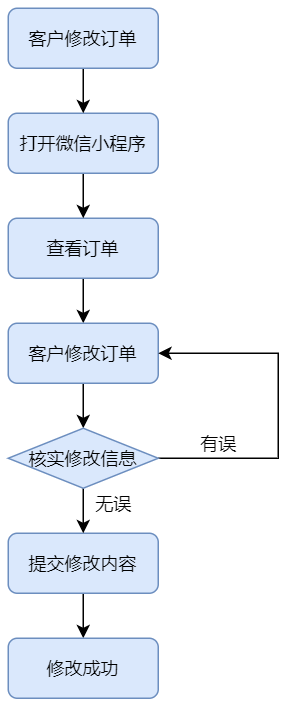
Before: docs/src/客户修改订单.png, a diagram exported from draw.io (AndSonder/smart-hotel-database). Source tidied: cells renumbered, new cells last; positions are measured from the earlier drawing's top-left corner, leaving out a move shared by most shapes. Its diagram source:
```xml
<mxGraphModel>
  <root>
    <mxCell id="0" />
    <mxCell id="1" parent="0" />
    <mxCell id="2" style="edgeStyle=orthogonalEdgeStyle;rounded=0;jettySize=auto;html=1;exitX=0.5;exitY=1;exitDx=0;exitDy=0;entryX=0.5;entryY=0;entryDx=0;entryDy=0;" parent="1" edge="1" source="3" target="7">
      <mxGeometry relative="1" as="geometry" />
    </mxCell>
    <mxCell id="3" value="&lt;span style=&quot;font-weight: 400&quot;&gt;查看订单&lt;/span&gt;" style="rounded=1;whiteSpace=wrap;html=1;fontSize=12;glass=0;strokeWidth=1;shadow=0;fillColor=#dae8fc;strokeColor=#6c8ebf;fontStyle=1;" parent="1" vertex="1">
      <mxGeometry y="140" width="100" height="40" as="geometry" />
    </mxCell>
    <mxCell id="4" style="edgeStyle=orthogonalEdgeStyle;rounded=0;jettySize=auto;html=1;exitX=0.5;exitY=1;exitDx=0;exitDy=0;entryX=0.5;entryY=0;entryDx=0;entryDy=0;" parent="1" edge="1" source="5" target="3">
      <mxGeometry relative="1" as="geometry" />
    </mxCell>
    <mxCell id="5" value="打开微信小程序" style="rounded=1;whiteSpace=wrap;html=1;fontSize=12;glass=0;strokeWidth=1;shadow=0;fillColor=#dae8fc;strokeColor=#6c8ebf;" parent="1" vertex="1">
      <mxGeometry y="70" width="100" height="40" as="geometry" />
    </mxCell>
    <mxCell id="6" style="edgeStyle=orthogonalEdgeStyle;rounded=0;jettySize=auto;html=1;exitX=0.5;exitY=1;exitDx=0;exitDy=0;entryX=0.5;entryY=0;entryDx=0;entryDy=0;" parent="1" edge="1" source="7" target="14">
      <mxGeometry relative="1" as="geometry" />
    </mxCell>
    <mxCell id="7" value="客户修改订单" style="rounded=1;whiteSpace=wrap;html=1;fontSize=12;glass=0;strokeWidth=1;shadow=0;fillColor=#dae8fc;strokeColor=#6c8ebf;" parent="1" vertex="1">
      <mxGeometry y="210" width="100" height="40" as="geometry" />
    </mxCell>
    <mxCell id="8" style="edgeStyle=orthogonalEdgeStyle;rounded=0;jettySize=auto;html=1;exitX=0.5;exitY=1;exitDx=0;exitDy=0;entryX=0.5;entryY=0;entryDx=0;entryDy=0;" parent="1" edge="1" source="9" target="5">
      <mxGeometry relative="1" as="geometry" />
    </mxCell>
    <mxCell id="9" value="客户修改订单" style="rounded=1;whiteSpace=wrap;html=1;fontSize=12;glass=0;strokeWidth=1;shadow=0;fillColor=#dae8fc;strokeColor=#6c8ebf;" parent="1" vertex="1">
      <mxGeometry width="100" height="40" as="geometry" />
    </mxCell>
    <mxCell id="10" style="edgeStyle=orthogonalEdgeStyle;rounded=0;jettySize=auto;html=1;exitX=0.5;exitY=1;exitDx=0;exitDy=0;entryX=0.5;entryY=0;entryDx=0;entryDy=0;" parent="1" edge="1" source="11" target="17">
      <mxGeometry relative="1" as="geometry" />
    </mxCell>
    <mxCell id="11" value="提交修改内容" style="rounded=1;whiteSpace=wrap;html=1;fontSize=12;glass=0;strokeWidth=1;shadow=0;fillColor=#dae8fc;strokeColor=#6c8ebf;" parent="1" vertex="1">
      <mxGeometry y="350" width="100" height="40" as="geometry" />
    </mxCell>
    <mxCell id="12" style="edgeStyle=orthogonalEdgeStyle;rounded=0;jettySize=auto;html=1;exitX=0.5;exitY=1;exitDx=0;exitDy=0;entryX=0.5;entryY=0;entryDx=0;entryDy=0;" parent="1" edge="1" source="14" target="11">
      <mxGeometry relative="1" as="geometry" />
    </mxCell>
    <mxCell id="13" style="edgeStyle=orthogonalEdgeStyle;rounded=0;jettySize=auto;html=1;exitX=1;exitY=0.5;exitDx=0;exitDy=0;entryX=1;entryY=0.5;entryDx=0;entryDy=0;" parent="1" edge="1" source="14" target="7">
      <mxGeometry relative="1" as="geometry">
        <Array as="points">
          <mxPoint x="180" y="300" />
          <mxPoint x="180" y="230" />
        </Array>
      </mxGeometry>
    </mxCell>
    <mxCell id="14" value="核实修改信息" style="rhombus;whiteSpace=wrap;html=1;fillColor=#dae8fc;strokeColor=#6c8ebf;" parent="1" vertex="1">
      <mxGeometry y="280" width="100" height="40" as="geometry" />
    </mxCell>
    <mxCell id="15" value="有误" style="text;html=1;align=center;verticalAlign=middle;strokeColor=none;" parent="1" vertex="1">
      <mxGeometry x="120" y="280" width="40" height="20" as="geometry" />
    </mxCell>
    <mxCell id="16" value="无误" style="text;html=1;align=center;verticalAlign=middle;strokeColor=none;" parent="1" vertex="1">
      <mxGeometry x="50" y="320" width="40" height="20" as="geometry" />
    </mxCell>
    <mxCell id="17" value="修改成功" style="rounded=1;whiteSpace=wrap;html=1;fontSize=12;glass=0;strokeWidth=1;shadow=0;fillColor=#dae8fc;strokeColor=#6c8ebf;" parent="1" vertex="1">
      <mxGeometry y="420" width="100" height="40" as="geometry" />
    </mxCell>
  </root>
</mxGraphModel>
```
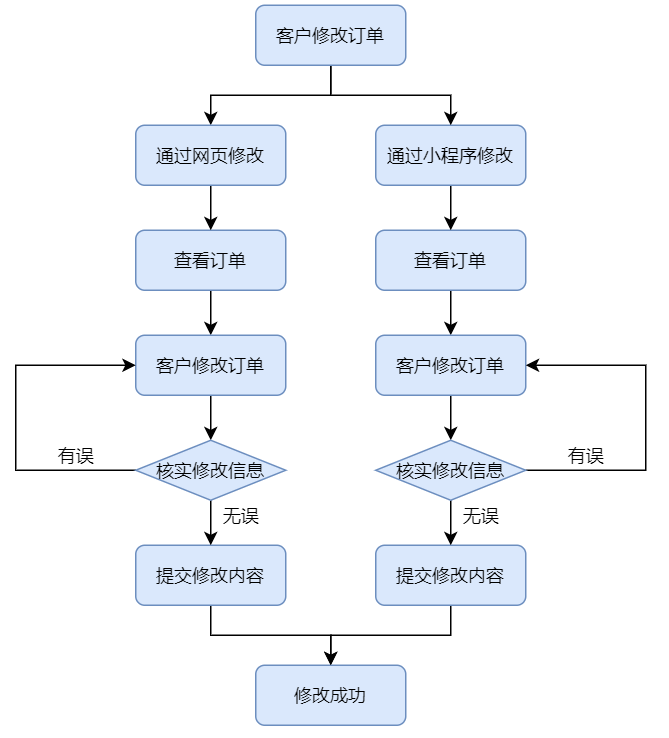
The same file after the commit.

What changed in the source:
```diff
@@ -11,7 +11,7 @@
     <mxCell id="4" style="edgeStyle=orthogonalEdgeStyle;rounded=0;jettySize=auto;html=1;exitX=0.5;exitY=1;exitDx=0;exitDy=0;entryX=0.5;entryY=0;entryDx=0;entryDy=0;" parent="1" edge="1" source="5" target="3">
       <mxGeometry relative="1" as="geometry" />
     </mxCell>
-    <mxCell id="5" value="打开微信小程序" style="rounded=1;whiteSpace=wrap;html=1;fontSize=12;glass=0;strokeWidth=1;shadow=0;fillColor=#dae8fc;strokeColor=#6c8ebf;" parent="1" vertex="1">
+    <mxCell id="5" value="通过小程序修改" style="rounded=1;whiteSpace=wrap;html=1;fontSize=12;glass=0;strokeWidth=1;shadow=0;fillColor=#dae8fc;strokeColor=#6c8ebf;" parent="1" vertex="1">
       <mxGeometry y="70" width="100" height="40" as="geometry" />
     </mxCell>
     <mxCell id="6" style="edgeStyle=orthogonalEdgeStyle;rounded=0;jettySize=auto;html=1;exitX=0.5;exitY=1;exitDx=0;exitDy=0;entryX=0.5;entryY=0;entryDx=0;entryDy=0;" parent="1" edge="1" source="7" target="14">
@@ -20,15 +20,20 @@
     <mxCell id="7" value="客户修改订单" style="rounded=1;whiteSpace=wrap;html=1;fontSize=12;glass=0;strokeWidth=1;shadow=0;fillColor=#dae8fc;strokeColor=#6c8ebf;" parent="1" vertex="1">
       <mxGeometry y="210" width="100" height="40" as="geometry" />
     </mxCell>
-    <mxCell id="8" style="edgeStyle=orthogonalEdgeStyle;rounded=0;jettySize=auto;html=1;exitX=0.5;exitY=1;exitDx=0;exitDy=0;entryX=0.5;entryY=0;entryDx=0;entryDy=0;" parent="1" edge="1" source="9" target="5">
+    <mxCell id="8" style="edgeStyle=orthogonalEdgeStyle;rounded=0;jettySize=auto;html=1;exitX=0.5;exitY=1;exitDx=0;exitDy=0;strokeWidth=1;" parent="1" edge="1" source="9" target="5">
       <mxGeometry relative="1" as="geometry" />
     </mxCell>
+    <mxCell id="18" style="edgeStyle=orthogonalEdgeStyle;rounded=0;jettySize=auto;html=1;exitX=0.5;exitY=1;exitDx=0;exitDy=0;entryX=0.5;entryY=0;entryDx=0;entryDy=0;strokeWidth=1;" parent="1" edge="1" source="9" target="23">
+      <mxGeometry relative="1" as="geometry" />
+    </mxCell>
     <mxCell id="9" value="客户修改订单" style="rounded=1;whiteSpace=wrap;html=1;fontSize=12;glass=0;strokeWidth=1;shadow=0;fillColor=#dae8fc;strokeColor=#6c8ebf;" parent="1" vertex="1">
-      <mxGeometry width="100" height="40" as="geometry" />
+      <mxGeometry x="-80" y="-10" width="100" height="40" as="geometry" />
     </mxCell>
-    <mxCell id="10" style="edgeStyle=orthogonalEdgeStyle;rounded=0;jettySize=auto;html=1;exitX=0.5;exitY=1;exitDx=0;exitDy=0;entryX=0.5;entryY=0;entryDx=0;entryDy=0;" parent="1" edge="1" source="11" target="17">
-      <mxGeometry relative="1" as="geometry" />
-    </mxCell>
+    <mxCell id="19" style="edgeStyle=orthogonalEdgeStyle;rounded=0;jettySize=auto;html=1;exitX=0.5;exitY=1;exitDx=0;exitDy=0;strokeWidth=1;" parent="1" edge="1" source="11">
+      <mxGeometry relative="1" as="geometry">
+        <mxPoint x="-30" y="430" as="targetPoint" />
+      </mxGeometry>
+    </mxCell>
     <mxCell id="11" value="提交修改内容" style="rounded=1;whiteSpace=wrap;html=1;fontSize=12;glass=0;strokeWidth=1;shadow=0;fillColor=#dae8fc;strokeColor=#6c8ebf;" parent="1" vertex="1">
       <mxGeometry y="350" width="100" height="40" as="geometry" />
     </mxCell>
@@ -53,7 +58,51 @@
       <mxGeometry x="50" y="320" width="40" height="20" as="geometry" />
     </mxCell>
     <mxCell id="17" value="修改成功" style="rounded=1;whiteSpace=wrap;html=1;fontSize=12;glass=0;strokeWidth=1;shadow=0;fillColor=#dae8fc;strokeColor=#6c8ebf;" parent="1" vertex="1">
-      <mxGeometry y="420" width="100" height="40" as="geometry" />
+      <mxGeometry x="-80" y="430" width="100" height="40" as="geometry" />
     </mxCell>
+    <mxCell id="20" style="edgeStyle=orthogonalEdgeStyle;rounded=0;jettySize=auto;html=1;exitX=0.5;exitY=1;exitDx=0;exitDy=0;entryX=0.5;entryY=0;entryDx=0;entryDy=0;" parent="1" edge="1" source="21" target="25">
+      <mxGeometry relative="1" as="geometry" />
+    </mxCell>
+    <mxCell id="21" value="&lt;span style=&quot;font-weight: 400&quot;&gt;查看订单&lt;/span&gt;" style="rounded=1;whiteSpace=wrap;html=1;fontSize=12;glass=0;strokeWidth=1;shadow=0;fillColor=#dae8fc;strokeColor=#6c8ebf;fontStyle=1;" parent="1" vertex="1">
+      <mxGeometry x="-160" y="140" width="100" height="40" as="geometry" />
+    </mxCell>
+    <mxCell id="22" style="edgeStyle=orthogonalEdgeStyle;rounded=0;jettySize=auto;html=1;exitX=0.5;exitY=1;exitDx=0;exitDy=0;entryX=0.5;entryY=0;entryDx=0;entryDy=0;" parent="1" edge="1" source="23" target="21">
+      <mxGeometry relative="1" as="geometry" />
+    </mxCell>
+    <mxCell id="23" value="通过网页修改" style="rounded=1;whiteSpace=wrap;html=1;fontSize=12;glass=0;strokeWidth=1;shadow=0;fillColor=#dae8fc;strokeColor=#6c8ebf;" parent="1" vertex="1">
+      <mxGeometry x="-160" y="70" width="100" height="40" as="geometry" />
+    </mxCell>
+    <mxCell id="24" style="edgeStyle=orthogonalEdgeStyle;rounded=0;jettySize=auto;html=1;exitX=0.5;exitY=1;exitDx=0;exitDy=0;entryX=0.5;entryY=0;entryDx=0;entryDy=0;" parent="1" edge="1" source="25" target="30">
+      <mxGeometry relative="1" as="geometry" />
+    </mxCell>
+    <mxCell id="25" value="客户修改订单" style="rounded=1;whiteSpace=wrap;html=1;fontSize=12;glass=0;strokeWidth=1;shadow=0;fillColor=#dae8fc;strokeColor=#6c8ebf;" parent="1" vertex="1">
+      <mxGeometry x="-160" y="210" width="100" height="40" as="geometry" />
+    </mxCell>
+    <mxCell id="26" style="edgeStyle=orthogonalEdgeStyle;rounded=0;jettySize=auto;html=1;exitX=0.5;exitY=1;exitDx=0;exitDy=0;strokeWidth=1;" parent="1" edge="1" source="27" target="17">
+      <mxGeometry relative="1" as="geometry" />
+    </mxCell>
+    <mxCell id="27" value="提交修改内容" style="rounded=1;whiteSpace=wrap;html=1;fontSize=12;glass=0;strokeWidth=1;shadow=0;fillColor=#dae8fc;strokeColor=#6c8ebf;" parent="1" vertex="1">
+      <mxGeometry x="-160" y="350" width="100" height="40" as="geometry" />
+    </mxCell>
+    <mxCell id="28" style="edgeStyle=orthogonalEdgeStyle;rounded=0;jettySize=auto;html=1;exitX=0.5;exitY=1;exitDx=0;exitDy=0;entryX=0.5;entryY=0;entryDx=0;entryDy=0;" parent="1" edge="1" source="30" target="27">
+      <mxGeometry relative="1" as="geometry" />
+    </mxCell>
+    <mxCell id="29" style="edgeStyle=orthogonalEdgeStyle;rounded=0;jettySize=auto;html=1;exitX=0;exitY=0.5;exitDx=0;exitDy=0;entryX=0;entryY=0.5;entryDx=0;entryDy=0;strokeWidth=1;" parent="1" edge="1" source="30" target="25">
+      <mxGeometry relative="1" as="geometry">
+        <Array as="points">
+          <mxPoint x="-240" y="300" />
+          <mxPoint x="-240" y="230" />
+        </Array>
+      </mxGeometry>
+    </mxCell>
+    <mxCell id="30" value="核实修改信息" style="rhombus;whiteSpace=wrap;html=1;fillColor=#dae8fc;strokeColor=#6c8ebf;" parent="1" vertex="1">
+      <mxGeometry x="-160" y="280" width="100" height="40" as="geometry" />
+    </mxCell>
+    <mxCell id="31" value="无误" style="text;html=1;align=center;verticalAlign=middle;strokeColor=none;" parent="1" vertex="1">
+      <mxGeometry x="-110" y="320" width="40" height="20" as="geometry" />
+    </mxCell>
+    <mxCell id="32" value="有误" style="text;html=1;align=center;verticalAlign=middle;strokeColor=none;" parent="1" vertex="1">
+      <mxGeometry x="-220" y="280" width="40" height="20" as="geometry" />
+    </mxCell>
   </root>
 </mxGraphModel>
```
